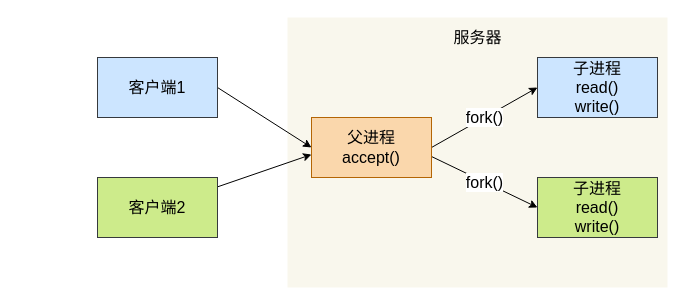
This is 操作系统/多路复用/多进程.drawio from xiaolincoder/ImageHost4, a draw.io file, before an edit. Source tidied: cells renumbered, new cells numbered last; positions are measured from the earlier drawing's top-left corner, leaving out a move shared by most shapes. Both pictures are drawn from the tidied source at 100%, with x=0, y=0 at pixel (97, 17).
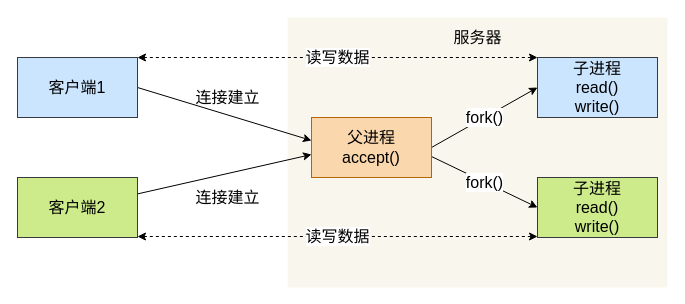
The same page after the edit.

Commit message (it also covers changes not shown here):
更新多进程.drawio

Change to the diagram source:
```diff
@@
 <mxGraphModel>
   <root>
     <mxCell id="0" />
     <mxCell id="1" parent="0" />
     <mxCell id="2" style="rounded=0;whiteSpace=wrap;html=1;fontSize=16;fillColor=#f9f7ed;strokeColor=none;" parent="1" vertex="1">
       <mxGeometry x="190" width="380" height="270" as="geometry" />
     </mxCell>
-    <mxCell id="3" style="rounded=0;jettySize=auto;html=1;entryX=0;entryY=0.5;entryDx=0;entryDy=0;startArrow=none;startFill=0;fontSize=16;endArrow=classic;endFill=1;exitX=1;exitY=0.5;exitDx=0;exitDy=0;" parent="1" edge="1" source="4" target="7">
+    <mxCell id="3" style="rounded=0;jettySize=auto;html=1;entryX=0;entryY=0.383;entryDx=0;entryDy=0;startArrow=none;startFill=0;fontSize=16;endArrow=classic;endFill=1;exitX=1;exitY=0.5;exitDx=0;exitDy=0;entryPerimeter=0;" parent="1" edge="1" source="4" target="7">
       <mxGeometry relative="1" as="geometry" />
     </mxCell>
+    <mxCell id="13" value="读写数据" style="edgeStyle=none;rounded=0;jettySize=auto;html=1;entryX=0;entryY=0;entryDx=0;entryDy=0;startArrow=classic;startFill=1;endArrow=classic;endFill=1;fontSize=16;exitX=1;exitY=0;exitDx=0;exitDy=0;dashed=1;" parent="1" edge="1" source="4" target="10">
+      <mxGeometry relative="1" as="geometry" />
+    </mxCell>
     <mxCell id="4" value="客户端1" style="rounded=0;whiteSpace=wrap;html=1;fontSize=16;fillColor=#cce5ff;strokeColor=#36393d;" parent="1" vertex="1">
-      <mxGeometry y="40" width="120" height="60" as="geometry" />
+      <mxGeometry x="-80" y="40" width="120" height="60" as="geometry" />
     </mxCell>
     <mxCell id="5" value="fork()" style="edgeStyle=none;rounded=0;jettySize=auto;html=1;entryX=0;entryY=0.5;entryDx=0;entryDy=0;startArrow=none;startFill=0;endArrow=classic;endFill=1;fontSize=16;exitX=1;exitY=0.5;exitDx=0;exitDy=0;" parent="1" edge="1" source="7" target="10">
       <mxGeometry relative="1" as="geometry" />
     </mxCell>
     <mxCell id="6" value="fork()" style="edgeStyle=none;rounded=0;jettySize=auto;html=1;entryX=0;entryY=0.5;entryDx=0;entryDy=0;startArrow=none;startFill=0;endArrow=classic;endFill=1;fontSize=16;exitX=1;exitY=0.65;exitDx=0;exitDy=0;exitPerimeter=0;" parent="1" edge="1" source="7" target="11">
       <mxGeometry relative="1" as="geometry" />
     </mxCell>
     <mxCell id="7" value="父进程&lt;br&gt;accept()" style="rounded=0;whiteSpace=wrap;html=1;fontSize=16;fillColor=#fad7ac;strokeColor=#b46504;" parent="1" vertex="1">
       <mxGeometry x="214" y="100" width="120" height="60" as="geometry" />
     </mxCell>
     <mxCell id="8" style="edgeStyle=none;rounded=0;jettySize=auto;html=1;entryX=0;entryY=0.617;entryDx=0;entryDy=0;entryPerimeter=0;startArrow=none;startFill=0;endArrow=classic;endFill=1;fontSize=16;" parent="1" edge="1" source="9" target="7">
       <mxGeometry relative="1" as="geometry" />
     </mxCell>
     <mxCell id="9" value="客户端2" style="rounded=0;whiteSpace=wrap;html=1;fontSize=16;fillColor=#cdeb8b;strokeColor=#36393d;" parent="1" vertex="1">
-      <mxGeometry y="160" width="120" height="60" as="geometry" />
+      <mxGeometry x="-80" y="160" width="120" height="60" as="geometry" />
     </mxCell>
     <mxCell id="10" value="子进程&lt;br&gt;read()&lt;br&gt;write()" style="rounded=0;whiteSpace=wrap;html=1;fontSize=16;fillColor=#cce5ff;strokeColor=#36393d;" parent="1" vertex="1">
       <mxGeometry x="440" y="40" width="120" height="60" as="geometry" />
     </mxCell>
     <mxCell id="11" value="子进程&lt;br&gt;read()&lt;br&gt;write()" style="rounded=0;whiteSpace=wrap;html=1;fontSize=16;fillColor=#cdeb8b;strokeColor=#36393d;" parent="1" vertex="1">
       <mxGeometry x="440" y="160" width="120" height="60" as="geometry" />
     </mxCell>
     <mxCell id="12" value="服务器" style="text;html=1;align=center;verticalAlign=middle;fontSize=16;" parent="1" vertex="1">
       <mxGeometry x="350" y="10" width="60" height="20" as="geometry" />
     </mxCell>
+    <mxCell id="14" value="连接建立" style="text;html=1;align=center;verticalAlign=middle;fontSize=16;" parent="1" vertex="1">
+      <mxGeometry x="90" y="70" width="80" height="20" as="geometry" />
+    </mxCell>
+    <mxCell id="15" value="连接建立" style="text;html=1;align=center;verticalAlign=middle;fontSize=16;" parent="1" vertex="1">
+      <mxGeometry x="90" y="170" width="80" height="20" as="geometry" />
+    </mxCell>
+    <mxCell id="16" value="读写数据" style="edgeStyle=none;rounded=0;orthogonalLoop=1;jettySize=auto;html=1;entryX=0;entryY=0;entryDx=0;entryDy=0;startArrow=classic;startFill=1;endArrow=classic;endFill=1;fontSize=16;exitX=1;exitY=0;exitDx=0;exitDy=0;dashed=1;" parent="1" edge="1">
+      <mxGeometry relative="1" as="geometry">
+        <mxPoint x="40" y="219" as="sourcePoint" />
+        <mxPoint x="440" y="219" as="targetPoint" />
+      </mxGeometry>
+    </mxCell>
   </root>
 </mxGraphModel>
```
